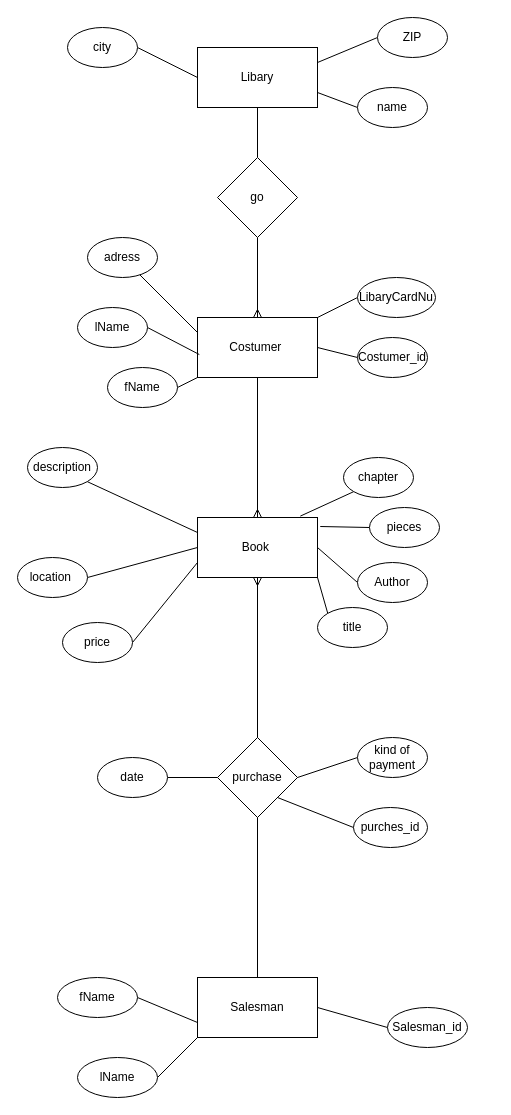
Above: page "Excercise" (1 of 2) of Ex1.drawio in Adipe92/BE-Database-Day1 (draw.io), before the change. Source tidied: cells renumbered, new cells numbered last; positions are measured from the earlier drawing's top-left corner, leaving out a move shared by most shapes. Both pictures are drawn from the tidied source at 100%, with x=0, y=0 at pixel (17, 17).
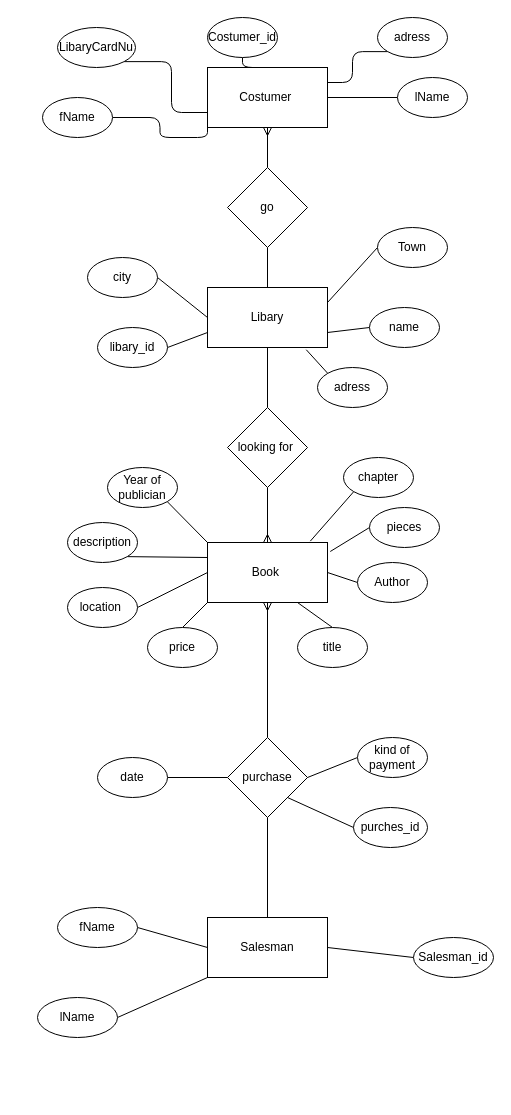
Above is the later version.

What changed in the source:
```diff
@@
     <mxCell id="3" value="Book&amp;nbsp;" style="rounded=0;whiteSpace=wrap;html=1;" parent="1" vertex="1">
-      <mxGeometry x="180" y="500" width="120" height="60" as="geometry" />
+      <mxGeometry x="190" y="525" width="120" height="60" as="geometry" />
     </mxCell>
-    <mxCell id="4" style="edgeStyle=none;html=1;exitX=0;exitY=0.25;exitDx=0;exitDy=0;startArrow=none;startFill=0;endArrow=none;endFill=0;" parent="1" edge="1" source="6" target="16">
-      <mxGeometry relative="1" as="geometry" />
-    </mxCell>
-    <mxCell id="5" style="edgeStyle=none;html=1;exitX=0.5;exitY=1;exitDx=0;exitDy=0;entryX=0.5;entryY=0;entryDx=0;entryDy=0;startArrow=none;startFill=0;endArrow=ERmany;endFill=0;" parent="1" edge="1" source="6" target="3">
+    <mxCell id="5" style="edgeStyle=none;html=1;exitX=0.5;exitY=1;exitDx=0;exitDy=0;entryX=0.5;entryY=0;entryDx=0;entryDy=0;startArrow=none;startFill=0;endArrow=ERmany;endFill=0;" parent="1" edge="1" source="66" target="3">
       <mxGeometry relative="1" as="geometry" />
     </mxCell>
     <mxCell id="6" value="Costumer&amp;nbsp;" style="rounded=0;whiteSpace=wrap;html=1;" parent="1" vertex="1">
-      <mxGeometry x="180" y="300" width="120" height="60" as="geometry" />
+      <mxGeometry x="190" y="50" width="120" height="60" as="geometry" />
     </mxCell>
@@
     <mxCell id="8" value="Salesman" style="rounded=0;whiteSpace=wrap;html=1;" parent="1" vertex="1">
-      <mxGeometry x="180" y="960" width="120" height="60" as="geometry" />
+      <mxGeometry x="190" y="900" width="120" height="60" as="geometry" />
     </mxCell>
-    <mxCell id="9" style="edgeStyle=none;html=1;exitX=0.5;exitY=1;exitDx=0;exitDy=0;endArrow=none;endFill=0;" parent="1" edge="1" source="10">
-      <mxGeometry relative="1" as="geometry">
-        <mxPoint x="240" y="580" as="targetPoint" />
-        <Array as="points">
-          <mxPoint x="240" y="570" />
-        </Array>
-      </mxGeometry>
-    </mxCell>
     <mxCell id="10" value="purchase" style="rhombus;whiteSpace=wrap;html=1;" parent="1" vertex="1">
-      <mxGeometry x="200" y="720" width="80" height="80" as="geometry" />
+      <mxGeometry x="210" y="720" width="80" height="80" as="geometry" />
     </mxCell>
-    <mxCell id="11" style="edgeStyle=none;html=1;exitX=0;exitY=0.5;exitDx=0;exitDy=0;entryX=1;entryY=0.5;entryDx=0;entryDy=0;endArrow=none;endFill=0;" parent="1" edge="1" source="12" target="6">
+    <mxCell id="11" style="edgeStyle=orthogonalEdgeStyle;jumpStyle=none;html=1;exitX=0.5;exitY=1;exitDx=0;exitDy=0;entryX=0.5;entryY=0;entryDx=0;entryDy=0;startArrow=none;startFill=0;endArrow=none;endFill=0;" parent="1" edge="1" source="12" target="6">
       <mxGeometry relative="1" as="geometry" />
     </mxCell>
     <mxCell id="12" value="Costumer_id" style="ellipse;whiteSpace=wrap;html=1;" parent="1" vertex="1">
-      <mxGeometry x="340" y="320" width="70" height="40" as="geometry" />
+      <mxGeometry x="190" width="70" height="40" as="geometry" />
     </mxCell>
-    <mxCell id="13" style="edgeStyle=none;html=1;exitX=0;exitY=0.5;exitDx=0;exitDy=0;endArrow=none;endFill=0;" parent="1" edge="1" source="14" target="6">
+    <mxCell id="13" style="edgeStyle=orthogonalEdgeStyle;jumpStyle=none;html=1;exitX=1;exitY=1;exitDx=0;exitDy=0;entryX=0;entryY=0.75;entryDx=0;entryDy=0;startArrow=none;startFill=0;endArrow=none;endFill=0;" parent="1" edge="1" source="14" target="6">
       <mxGeometry relative="1" as="geometry" />
     </mxCell>
     <mxCell id="14" value="LibaryCardNu" style="ellipse;whiteSpace=wrap;html=1;" parent="1" vertex="1">
-      <mxGeometry x="340" y="260" width="78" height="40" as="geometry" />
+      <mxGeometry x="40" y="10" width="78" height="40" as="geometry" />
     </mxCell>
@@
+    <mxCell id="57" style="edgeStyle=orthogonalEdgeStyle;jumpStyle=none;html=1;exitX=0;exitY=1;exitDx=0;exitDy=0;entryX=1;entryY=0.25;entryDx=0;entryDy=0;startArrow=none;startFill=0;endArrow=none;endFill=0;" parent="1" edge="1" source="16" target="6">
+      <mxGeometry relative="1" as="geometry" />
+    </mxCell>
     <mxCell id="16" value="adress" style="ellipse;whiteSpace=wrap;html=1;" parent="1" vertex="1">
-      <mxGeometry x="70" y="220" width="70" height="40" as="geometry" />
+      <mxGeometry x="360" width="70" height="40" as="geometry" />
     </mxCell>
@@
-    <mxCell id="19" style="edgeStyle=none;html=1;exitX=1;exitY=0.5;exitDx=0;exitDy=0;entryX=0;entryY=0.75;entryDx=0;entryDy=0;endArrow=none;endFill=0;" parent="1" edge="1" source="20" target="3">
+    <mxCell id="19" style="edgeStyle=none;html=1;exitX=0.5;exitY=0;exitDx=0;exitDy=0;entryX=0;entryY=1;entryDx=0;entryDy=0;startArrow=none;startFill=0;endArrow=none;endFill=0;" parent="1" edge="1" source="20" target="3">
       <mxGeometry relative="1" as="geometry" />
     </mxCell>
     <mxCell id="20" value="price" style="ellipse;whiteSpace=wrap;html=1;" parent="1" vertex="1">
-      <mxGeometry x="45" y="605" width="70" height="40" as="geometry" />
+      <mxGeometry x="130" y="610" width="70" height="40" as="geometry" />
     </mxCell>
@@
     <mxCell id="22" value="location&amp;nbsp;" style="ellipse;whiteSpace=wrap;html=1;" parent="1" vertex="1">
-      <mxGeometry y="540" width="70" height="40" as="geometry" />
+      <mxGeometry x="50" y="570" width="70" height="40" as="geometry" />
     </mxCell>
-    <mxCell id="23" style="edgeStyle=none;html=1;exitX=0;exitY=0;exitDx=0;exitDy=0;entryX=1;entryY=1;entryDx=0;entryDy=0;startArrow=none;startFill=0;endArrow=none;endFill=0;" parent="1" edge="1" source="24" target="3">
+    <mxCell id="23" style="edgeStyle=none;html=1;exitX=0.5;exitY=0;exitDx=0;exitDy=0;entryX=0.75;entryY=1;entryDx=0;entryDy=0;startArrow=none;startFill=0;endArrow=none;endFill=0;" parent="1" edge="1" source="24" target="3">
       <mxGeometry relative="1" as="geometry" />
     </mxCell>
     <mxCell id="24" value="title" style="ellipse;whiteSpace=wrap;html=1;" parent="1" vertex="1">
-      <mxGeometry x="300" y="590" width="70" height="40" as="geometry" />
+      <mxGeometry x="280" y="610" width="70" height="40" as="geometry" />
     </mxCell>
@@
     <mxCell id="26" value="description" style="ellipse;whiteSpace=wrap;html=1;" parent="1" vertex="1">
-      <mxGeometry x="10" y="430" width="70" height="40" as="geometry" />
+      <mxGeometry x="50" y="505" width="70" height="40" as="geometry" />
     </mxCell>
@@
     <mxCell id="31" value="Salesman_id" style="ellipse;whiteSpace=wrap;html=1;" parent="1" vertex="1">
-      <mxGeometry x="370" y="990" width="80" height="40" as="geometry" />
+      <mxGeometry x="396" y="920" width="80" height="40" as="geometry" />
     </mxCell>
-    <mxCell id="32" style="edgeStyle=none;html=1;exitX=1;exitY=0.5;exitDx=0;exitDy=0;entryX=0.015;entryY=0.617;entryDx=0;entryDy=0;entryPerimeter=0;startArrow=none;startFill=0;endArrow=none;endFill=0;" parent="1" edge="1" source="33" target="6">
+    <mxCell id="32" style="edgeStyle=orthogonalEdgeStyle;jumpStyle=none;html=1;exitX=0;exitY=0.5;exitDx=0;exitDy=0;entryX=1;entryY=0.5;entryDx=0;entryDy=0;startArrow=none;startFill=0;endArrow=none;endFill=0;" parent="1" edge="1" source="33" target="6">
       <mxGeometry relative="1" as="geometry" />
     </mxCell>
     <mxCell id="33" value="lName" style="ellipse;whiteSpace=wrap;html=1;" parent="1" vertex="1">
-      <mxGeometry x="60" y="290" width="70" height="40" as="geometry" />
+      <mxGeometry x="380" y="60" width="70" height="40" as="geometry" />
     </mxCell>
-    <mxCell id="34" style="edgeStyle=none;html=1;exitX=1;exitY=0.5;exitDx=0;exitDy=0;entryX=0;entryY=1;entryDx=0;entryDy=0;startArrow=none;startFill=0;endArrow=none;endFill=0;" parent="1" edge="1" source="35" target="6">
+    <mxCell id="34" style="edgeStyle=orthogonalEdgeStyle;jumpStyle=none;html=1;exitX=1;exitY=0.5;exitDx=0;exitDy=0;entryX=0;entryY=1;entryDx=0;entryDy=0;startArrow=none;startFill=0;endArrow=none;endFill=0;" parent="1" edge="1" source="35" target="6">
       <mxGeometry relative="1" as="geometry" />
     </mxCell>
     <mxCell id="35" value="fName" style="ellipse;whiteSpace=wrap;html=1;" parent="1" vertex="1">
-      <mxGeometry x="90" y="350" width="70" height="40" as="geometry" />
+      <mxGeometry x="25" y="80" width="70" height="40" as="geometry" />
     </mxCell>
@@
-    <mxCell id="42" style="edgeStyle=none;html=1;exitX=1;exitY=0.5;exitDx=0;exitDy=0;entryX=0;entryY=0.75;entryDx=0;entryDy=0;startArrow=none;startFill=0;endArrow=none;endFill=0;" parent="1" edge="1" source="43" target="8">
+    <mxCell id="42" style="edgeStyle=none;html=1;exitX=1;exitY=0.5;exitDx=0;exitDy=0;entryX=0;entryY=0.5;entryDx=0;entryDy=0;startArrow=none;startFill=0;endArrow=none;endFill=0;" parent="1" edge="1" source="43" target="8">
       <mxGeometry relative="1" as="geometry" />
     </mxCell>
     <mxCell id="43" value="fName" style="ellipse;whiteSpace=wrap;html=1;" parent="1" vertex="1">
-      <mxGeometry x="40" y="960" width="80" height="40" as="geometry" />
+      <mxGeometry x="40" y="890" width="80" height="40" as="geometry" />
     </mxCell>
@@
     <mxCell id="45" value="lName" style="ellipse;whiteSpace=wrap;html=1;" parent="1" vertex="1">
-      <mxGeometry x="60" y="1040" width="80" height="40" as="geometry" />
+      <mxGeometry x="20" y="980" width="80" height="40" as="geometry" />
     </mxCell>
@@
-    <mxCell id="47" style="edgeStyle=none;html=1;exitX=0.5;exitY=1;exitDx=0;exitDy=0;entryX=0.5;entryY=0;entryDx=0;entryDy=0;startArrow=none;startFill=0;endArrow=none;endFill=0;" parent="1" edge="1" source="48" target="56">
-      <mxGeometry relative="1" as="geometry" />
-    </mxCell>
+    <mxCell id="58" style="edgeStyle=orthogonalEdgeStyle;jumpStyle=none;html=1;exitX=0.5;exitY=1;exitDx=0;exitDy=0;entryX=0.5;entryY=0;entryDx=0;entryDy=0;startArrow=none;startFill=0;endArrow=none;endFill=0;" parent="1" edge="1" source="48" target="66">
+      <mxGeometry relative="1" as="geometry" />
+    </mxCell>
     <mxCell id="48" value="Libary" style="rounded=0;whiteSpace=wrap;html=1;" parent="1" vertex="1">
-      <mxGeometry x="180" y="30" width="120" height="60" as="geometry" />
+      <mxGeometry x="190" y="270" width="120" height="60" as="geometry" />
     </mxCell>
@@
-    <mxCell id="50" value="ZIP" style="ellipse;whiteSpace=wrap;html=1;" parent="1" vertex="1">
-      <mxGeometry x="360" width="70" height="40" as="geometry" />
+    <mxCell id="50" value="Town" style="ellipse;whiteSpace=wrap;html=1;" parent="1" vertex="1">
+      <mxGeometry x="360" y="210" width="70" height="40" as="geometry" />
     </mxCell>
@@
     <mxCell id="52" value="city" style="ellipse;whiteSpace=wrap;html=1;" parent="1" vertex="1">
-      <mxGeometry x="50" y="10" width="70" height="40" as="geometry" />
+      <mxGeometry x="70" y="240" width="70" height="40" as="geometry" />
     </mxCell>
@@
     <mxCell id="54" value="name" style="ellipse;whiteSpace=wrap;html=1;" parent="1" vertex="1">
-      <mxGeometry x="340" y="70" width="70" height="40" as="geometry" />
+      <mxGeometry x="352" y="290" width="70" height="40" as="geometry" />
     </mxCell>
-    <mxCell id="55" style="edgeStyle=none;html=1;exitX=0.5;exitY=1;exitDx=0;exitDy=0;entryX=0.5;entryY=0;entryDx=0;entryDy=0;startArrow=none;startFill=0;endArrow=ERmany;endFill=0;" parent="1" edge="1" source="56" target="6">
+    <mxCell id="55" style="edgeStyle=orthogonalEdgeStyle;jumpStyle=none;html=1;exitX=0.5;exitY=0;exitDx=0;exitDy=0;startArrow=none;startFill=0;endArrow=ERmany;endFill=0;" parent="1" edge="1" source="56" target="6">
       <mxGeometry relative="1" as="geometry" />
     </mxCell>
+    <mxCell id="59" style="edgeStyle=orthogonalEdgeStyle;jumpStyle=none;html=1;exitX=0.5;exitY=1;exitDx=0;exitDy=0;entryX=0.5;entryY=0;entryDx=0;entryDy=0;startArrow=none;startFill=0;endArrow=none;endFill=0;" parent="1" edge="1" source="56" target="48">
+      <mxGeometry relative="1" as="geometry" />
+    </mxCell>
     <mxCell id="56" value="go" style="rhombus;whiteSpace=wrap;html=1;" parent="1" vertex="1">
-      <mxGeometry x="200" y="140" width="80" height="80" as="geometry" />
+      <mxGeometry x="210" y="150" width="80" height="80" as="geometry" />
     </mxCell>
+    <mxCell id="60" style="edgeStyle=none;html=1;exitX=1;exitY=1;exitDx=0;exitDy=0;entryX=0;entryY=0;entryDx=0;entryDy=0;startArrow=none;startFill=0;endArrow=none;endFill=0;" parent="1" edge="1" source="61" target="3">
+      <mxGeometry relative="1" as="geometry" />
+    </mxCell>
+    <mxCell id="61" value="Year of publician" style="ellipse;whiteSpace=wrap;html=1;" parent="1" vertex="1">
+      <mxGeometry x="90" y="450" width="70" height="40" as="geometry" />
+    </mxCell>
+    <mxCell id="62" style="edgeStyle=none;html=1;exitX=1;exitY=0.5;exitDx=0;exitDy=0;entryX=0;entryY=0.75;entryDx=0;entryDy=0;startArrow=none;startFill=0;endArrow=none;endFill=0;" parent="1" edge="1" source="63" target="48">
+      <mxGeometry relative="1" as="geometry" />
+    </mxCell>
+    <mxCell id="63" value="libary_id" style="ellipse;whiteSpace=wrap;html=1;" parent="1" vertex="1">
+      <mxGeometry x="80" y="310" width="70" height="40" as="geometry" />
+    </mxCell>
+    <mxCell id="64" style="edgeStyle=none;jumpStyle=none;html=1;exitX=0;exitY=0;exitDx=0;exitDy=0;entryX=0.823;entryY=1.037;entryDx=0;entryDy=0;entryPerimeter=0;startArrow=none;startFill=0;endArrow=none;endFill=0;" parent="1" edge="1" source="65" target="48">
+      <mxGeometry relative="1" as="geometry" />
+    </mxCell>
+    <mxCell id="65" value="adress" style="ellipse;whiteSpace=wrap;html=1;" parent="1" vertex="1">
+      <mxGeometry x="300" y="350" width="70" height="40" as="geometry" />
+    </mxCell>
+    <mxCell id="66" value="looking for&amp;nbsp;" style="rhombus;whiteSpace=wrap;html=1;" parent="1" vertex="1">
+      <mxGeometry x="210" y="390" width="80" height="80" as="geometry" />
+    </mxCell>
```
